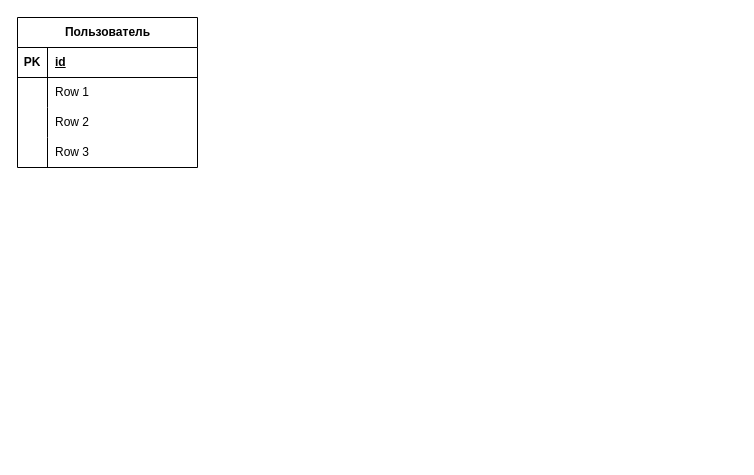
Above: CoffeeGo.drawio in B4N4N41C/CoffeeGo (draw.io), before the change. Source tidied: cells renumbered, new cells numbered last; positions are measured from the earlier drawing's top-left corner, leaving out a move shared by most shapes. Both pictures are drawn from the tidied source at 100%, with x=0, y=0 at pixel (17, 17).
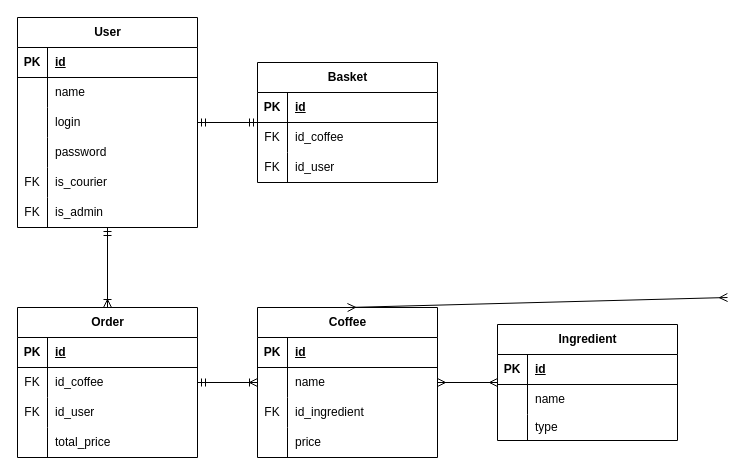
The same diagram, later.

Unchanged cells that the change refers to:
```xml
<mxCell id="6" style="shape=tableRow;horizontal=0;startSize=0;swimlaneHead=0;swimlaneBody=0;fillColor=none;top=0;left=0;right=0;bottom=0;" parent="2" vertex="1">
  <mxGeometry y="60" width="180" height="30" as="geometry" />
</mxCell>
<mxCell id="9" style="shape=tableRow;horizontal=0;startSize=0;swimlaneHead=0;swimlaneBody=0;fillColor=none;top=0;left=0;right=0;bottom=0;" parent="2" vertex="1">
  <mxGeometry y="90" width="180" height="30" as="geometry" />
</mxCell>
<mxCell id="12" style="shape=tableRow;horizontal=0;startSize=0;swimlaneHead=0;swimlaneBody=0;fillColor=none;top=0;left=0;right=0;bottom=0;" parent="2" vertex="1">
  <mxGeometry y="120" width="180" height="30" as="geometry" />
</mxCell>
```

Change to the diagram source:
```diff
@@
-    <mxCell id="2" value="Пользователь" style="shape=table;startSize=30;childLayout=tableLayout;rowLines=0;fontStyle=1;align=center;html=1;" parent="1" vertex="1">
-      <mxGeometry width="180" height="150" as="geometry" />
+    <mxCell id="2" value="User" style="shape=table;startSize=30;childLayout=tableLayout;rowLines=0;fontStyle=1;align=center;html=1;" parent="1" vertex="1">
+      <mxGeometry width="180" height="210" as="geometry" />
     </mxCell>
@@
-    <mxCell id="8" value="Row 1" style="shape=partialRectangle;fillColor=none;top=0;left=0;bottom=0;right=0;align=left;spacingLeft=6;overflow=hidden;whiteSpace=wrap;html=1;" parent="6" vertex="1">
+    <mxCell id="8" value="name" style="shape=partialRectangle;fillColor=none;top=0;left=0;bottom=0;right=0;align=left;spacingLeft=6;overflow=hidden;whiteSpace=wrap;html=1;" parent="6" vertex="1">
       <mxGeometry x="30" width="150" height="30" as="geometry" />
     </mxCell>
@@
-    <mxCell id="11" value="Row 2" style="shape=partialRectangle;fillColor=none;top=0;left=0;bottom=0;right=0;align=left;spacingLeft=6;overflow=hidden;whiteSpace=wrap;html=1;" parent="9" vertex="1">
+    <mxCell id="11" value="login" style="shape=partialRectangle;fillColor=none;top=0;left=0;bottom=0;right=0;align=left;spacingLeft=6;overflow=hidden;whiteSpace=wrap;html=1;" parent="9" vertex="1">
       <mxGeometry x="30" width="150" height="30" as="geometry" />
     </mxCell>
@@
-    <mxCell id="14" value="Row 3" style="shape=partialRectangle;fillColor=none;top=0;left=0;bottom=0;right=0;align=left;spacingLeft=6;overflow=hidden;whiteSpace=wrap;html=1;" parent="12" vertex="1">
+    <mxCell id="14" value="password" style="shape=partialRectangle;fillColor=none;top=0;left=0;bottom=0;right=0;align=left;spacingLeft=6;overflow=hidden;whiteSpace=wrap;html=1;" parent="12" vertex="1">
       <mxGeometry x="30" width="150" height="30" as="geometry" />
     </mxCell>
+    <mxCell id="15" style="shape=tableRow;horizontal=0;startSize=0;swimlaneHead=0;swimlaneBody=0;fillColor=none;top=0;left=0;right=0;bottom=0;" parent="2" vertex="1">
+      <mxGeometry y="150" width="180" height="30" as="geometry" />
+    </mxCell>
+    <mxCell id="16" value="FK" style="shape=partialRectangle;fillColor=none;top=0;left=0;bottom=0;right=0;overflow=hidden;whiteSpace=wrap;html=1;" parent="15" vertex="1">
+      <mxGeometry width="30" height="30" as="geometry" />
+    </mxCell>
+    <mxCell id="17" value="is_courier" style="shape=partialRectangle;fillColor=none;top=0;left=0;bottom=0;right=0;align=left;spacingLeft=6;overflow=hidden;whiteSpace=wrap;html=1;" parent="15" vertex="1">
+      <mxGeometry x="30" width="150" height="30" as="geometry" />
+    </mxCell>
+    <mxCell id="18" style="shape=tableRow;horizontal=0;startSize=0;swimlaneHead=0;swimlaneBody=0;fillColor=none;top=0;left=0;right=0;bottom=0;" parent="2" vertex="1">
+      <mxGeometry y="180" width="180" height="30" as="geometry" />
+    </mxCell>
+    <mxCell id="19" value="FK" style="shape=partialRectangle;fillColor=none;top=0;left=0;bottom=0;right=0;overflow=hidden;whiteSpace=wrap;html=1;" parent="18" vertex="1">
+      <mxGeometry width="30" height="30" as="geometry" />
+    </mxCell>
+    <mxCell id="20" value="is_admin" style="shape=partialRectangle;fillColor=none;top=0;left=0;bottom=0;right=0;align=left;spacingLeft=6;overflow=hidden;whiteSpace=wrap;html=1;" parent="18" vertex="1">
+      <mxGeometry x="30" width="150" height="30" as="geometry" />
+    </mxCell>
+    <mxCell id="21" value="Order" style="shape=table;startSize=30;childLayout=tableLayout;rowLines=0;fontStyle=1;align=center;html=1;" parent="1" vertex="1">
+      <mxGeometry y="290" width="180" height="150" as="geometry" />
+    </mxCell>
+    <mxCell id="22" style="shape=tableRow;horizontal=0;startSize=0;swimlaneHead=0;swimlaneBody=0;fillColor=none;top=0;left=0;right=0;bottom=1;" parent="21" vertex="1">
+      <mxGeometry y="30" width="180" height="30" as="geometry" />
+    </mxCell>
+    <mxCell id="23" value="PK" style="shape=partialRectangle;fillColor=none;top=0;left=0;bottom=0;right=0;fontStyle=1;overflow=hidden;whiteSpace=wrap;html=1;" parent="22" vertex="1">
+      <mxGeometry width="30" height="30" as="geometry" />
+    </mxCell>
+    <mxCell id="24" value="id" style="shape=partialRectangle;fillColor=none;top=0;left=0;bottom=0;right=0;align=left;spacingLeft=6;fontStyle=5;overflow=hidden;whiteSpace=wrap;html=1;" parent="22" vertex="1">
+      <mxGeometry x="30" width="150" height="30" as="geometry" />
+    </mxCell>
+    <mxCell id="25" style="shape=tableRow;horizontal=0;startSize=0;swimlaneHead=0;swimlaneBody=0;fillColor=none;top=0;left=0;right=0;bottom=0;" parent="21" vertex="1">
+      <mxGeometry y="60" width="180" height="30" as="geometry" />
+    </mxCell>
+    <mxCell id="26" value="FK" style="shape=partialRectangle;fillColor=none;top=0;left=0;bottom=0;right=0;overflow=hidden;whiteSpace=wrap;html=1;" parent="25" vertex="1">
+      <mxGeometry width="30" height="30" as="geometry" />
+    </mxCell>
+    <mxCell id="27" value="id_coffee" style="shape=partialRectangle;fillColor=none;top=0;left=0;bottom=0;right=0;align=left;spacingLeft=6;overflow=hidden;whiteSpace=wrap;html=1;" parent="25" vertex="1">
+      <mxGeometry x="30" width="150" height="30" as="geometry" />
+    </mxCell>
+    <mxCell id="28" style="shape=tableRow;horizontal=0;startSize=0;swimlaneHead=0;swimlaneBody=0;fillColor=none;top=0;left=0;right=0;bottom=0;" parent="21" vertex="1">
+      <mxGeometry y="90" width="180" height="30" as="geometry" />
+    </mxCell>
+    <mxCell id="29" value="FK" style="shape=partialRectangle;fillColor=none;top=0;left=0;bottom=0;right=0;overflow=hidden;whiteSpace=wrap;html=1;" parent="28" vertex="1">
+      <mxGeometry width="30" height="30" as="geometry" />
+    </mxCell>
+    <mxCell id="30" value="id_user" style="shape=partialRectangle;fillColor=none;top=0;left=0;bottom=0;right=0;align=left;spacingLeft=6;overflow=hidden;whiteSpace=wrap;html=1;" parent="28" vertex="1">
+      <mxGeometry x="30" width="150" height="30" as="geometry" />
+    </mxCell>
+    <mxCell id="31" style="shape=tableRow;horizontal=0;startSize=0;swimlaneHead=0;swimlaneBody=0;fillColor=none;top=0;left=0;right=0;bottom=0;" parent="21" vertex="1">
+      <mxGeometry y="120" width="180" height="30" as="geometry" />
+    </mxCell>
+    <mxCell id="32" style="shape=partialRectangle;fillColor=none;top=0;left=0;bottom=0;right=0;overflow=hidden;whiteSpace=wrap;html=1;" parent="31" vertex="1">
+      <mxGeometry width="30" height="30" as="geometry" />
+    </mxCell>
+    <mxCell id="33" value="total_price" style="shape=partialRectangle;fillColor=none;top=0;left=0;bottom=0;right=0;align=left;spacingLeft=6;overflow=hidden;whiteSpace=wrap;html=1;" parent="31" vertex="1">
+      <mxGeometry x="30" width="150" height="30" as="geometry" />
+    </mxCell>
+    <mxCell id="34" value="Ingredient" style="shape=table;startSize=30;childLayout=tableLayout;rowLines=0;fontStyle=1;align=center;html=1;" parent="1" vertex="1">
+      <mxGeometry x="480" y="307" width="180" height="116" as="geometry" />
+    </mxCell>
+    <mxCell id="35" style="shape=tableRow;horizontal=0;startSize=0;swimlaneHead=0;swimlaneBody=0;fillColor=none;top=0;left=0;right=0;bottom=1;" parent="34" vertex="1">
+      <mxGeometry y="30" width="180" height="30" as="geometry" />
+    </mxCell>
+    <mxCell id="36" value="PK" style="shape=partialRectangle;fillColor=none;top=0;left=0;bottom=0;right=0;fontStyle=1;overflow=hidden;whiteSpace=wrap;html=1;" parent="35" vertex="1">
+      <mxGeometry width="30" height="30" as="geometry" />
+    </mxCell>
+    <mxCell id="37" value="id" style="shape=partialRectangle;fillColor=none;top=0;left=0;bottom=0;right=0;align=left;spacingLeft=6;fontStyle=5;overflow=hidden;whiteSpace=wrap;html=1;" parent="35" vertex="1">
+      <mxGeometry x="30" width="150" height="30" as="geometry" />
+    </mxCell>
+    <mxCell id="38" style="shape=tableRow;horizontal=0;startSize=0;swimlaneHead=0;swimlaneBody=0;fillColor=none;top=0;left=0;right=0;bottom=0;" parent="34" vertex="1">
+      <mxGeometry y="60" width="180" height="30" as="geometry" />
+    </mxCell>
+    <mxCell id="39" style="shape=partialRectangle;fillColor=none;top=0;left=0;bottom=0;right=0;overflow=hidden;whiteSpace=wrap;html=1;" parent="38" vertex="1">
+      <mxGeometry width="30" height="30" as="geometry" />
+    </mxCell>
+    <mxCell id="40" value="name" style="shape=partialRectangle;fillColor=none;top=0;left=0;bottom=0;right=0;align=left;spacingLeft=6;overflow=hidden;whiteSpace=wrap;html=1;" parent="38" vertex="1">
+      <mxGeometry x="30" width="150" height="30" as="geometry" />
+    </mxCell>
+    <mxCell id="41" style="shape=tableRow;horizontal=0;startSize=0;swimlaneHead=0;swimlaneBody=0;fillColor=none;top=0;left=0;right=0;bottom=0;" parent="34" vertex="1">
+      <mxGeometry y="90" width="180" height="26" as="geometry" />
+    </mxCell>
+    <mxCell id="42" style="shape=partialRectangle;fillColor=none;top=0;left=0;bottom=0;right=0;overflow=hidden;whiteSpace=wrap;html=1;" parent="41" vertex="1">
+      <mxGeometry width="30" height="26" as="geometry" />
+    </mxCell>
+    <mxCell id="43" value="type" style="shape=partialRectangle;fillColor=none;top=0;left=0;bottom=0;right=0;align=left;spacingLeft=6;overflow=hidden;whiteSpace=wrap;html=1;" parent="41" vertex="1">
+      <mxGeometry x="30" width="150" height="26" as="geometry" />
+    </mxCell>
+    <mxCell id="44" value="Coffee" style="shape=table;startSize=30;childLayout=tableLayout;rowLines=0;fontStyle=1;align=center;html=1;" parent="1" vertex="1">
+      <mxGeometry x="240" y="290" width="180" height="150" as="geometry" />
+    </mxCell>
+    <mxCell id="45" style="shape=tableRow;horizontal=0;startSize=0;swimlaneHead=0;swimlaneBody=0;fillColor=none;top=0;left=0;right=0;bottom=1;" parent="44" vertex="1">
+      <mxGeometry y="30" width="180" height="30" as="geometry" />
+    </mxCell>
+    <mxCell id="46" value="PK" style="shape=partialRectangle;fillColor=none;top=0;left=0;bottom=0;right=0;fontStyle=1;overflow=hidden;whiteSpace=wrap;html=1;" parent="45" vertex="1">
+      <mxGeometry width="30" height="30" as="geometry" />
+    </mxCell>
+    <mxCell id="47" value="id" style="shape=partialRectangle;fillColor=none;top=0;left=0;bottom=0;right=0;align=left;spacingLeft=6;fontStyle=5;overflow=hidden;whiteSpace=wrap;html=1;" parent="45" vertex="1">
+      <mxGeometry x="30" width="150" height="30" as="geometry" />
+    </mxCell>
+    <mxCell id="48" style="shape=tableRow;horizontal=0;startSize=0;swimlaneHead=0;swimlaneBody=0;fillColor=none;top=0;left=0;right=0;bottom=0;" parent="44" vertex="1">
+      <mxGeometry y="60" width="180" height="30" as="geometry" />
+    </mxCell>
+    <mxCell id="49" style="shape=partialRectangle;fillColor=none;top=0;left=0;bottom=0;right=0;overflow=hidden;whiteSpace=wrap;html=1;" parent="48" vertex="1">
+      <mxGeometry width="30" height="30" as="geometry" />
+    </mxCell>
+    <mxCell id="50" value="name" style="shape=partialRectangle;fillColor=none;top=0;left=0;bottom=0;right=0;align=left;spacingLeft=6;overflow=hidden;whiteSpace=wrap;html=1;" parent="48" vertex="1">
+      <mxGeometry x="30" width="150" height="30" as="geometry" />
+    </mxCell>
+    <mxCell id="51" style="shape=tableRow;horizontal=0;startSize=0;swimlaneHead=0;swimlaneBody=0;fillColor=none;top=0;left=0;right=0;bottom=0;" parent="44" vertex="1">
+      <mxGeometry y="90" width="180" height="30" as="geometry" />
+    </mxCell>
+    <mxCell id="52" value="FK" style="shape=partialRectangle;fillColor=none;top=0;left=0;bottom=0;right=0;overflow=hidden;whiteSpace=wrap;html=1;" parent="51" vertex="1">
+      <mxGeometry width="30" height="30" as="geometry" />
+    </mxCell>
+    <mxCell id="53" value="id_ingredient" style="shape=partialRectangle;fillColor=none;top=0;left=0;bottom=0;right=0;align=left;spacingLeft=6;overflow=hidden;whiteSpace=wrap;html=1;" parent="51" vertex="1">
+      <mxGeometry x="30" width="150" height="30" as="geometry" />
+    </mxCell>
+    <mxCell id="54" style="shape=tableRow;horizontal=0;startSize=0;swimlaneHead=0;swimlaneBody=0;fillColor=none;top=0;left=0;right=0;bottom=0;" parent="44" vertex="1">
+      <mxGeometry y="120" width="180" height="30" as="geometry" />
+    </mxCell>
+    <mxCell id="55" style="shape=partialRectangle;fillColor=none;top=0;left=0;bottom=0;right=0;overflow=hidden;whiteSpace=wrap;html=1;" parent="54" vertex="1">
+      <mxGeometry width="30" height="30" as="geometry" />
+    </mxCell>
+    <mxCell id="56" value="price" style="shape=partialRectangle;fillColor=none;top=0;left=0;bottom=0;right=0;align=left;spacingLeft=6;overflow=hidden;whiteSpace=wrap;html=1;" parent="54" vertex="1">
+      <mxGeometry x="30" width="150" height="30" as="geometry" />
+    </mxCell>
+    <mxCell id="57" style="fontSize=12;html=1;endArrow=ERmany;startArrow=ERmany;rounded=0;jumpStyle=none;flowAnimation=0;shadow=0;" parent="1" edge="1">
+      <mxGeometry relative="1" as="geometry">
+        <mxPoint x="330" y="290" as="sourcePoint" />
+        <mxPoint x="710" y="280" as="targetPoint" />
+      </mxGeometry>
+    </mxCell>
+    <mxCell id="58" style="fontSize=12;html=1;endArrow=ERoneToMany;startArrow=ERmandOne;rounded=0;" parent="1" edge="1" source="21" target="44">
+      <mxGeometry relative="1" as="geometry" />
+    </mxCell>
+    <mxCell id="59" style="fontSize=12;html=1;endArrow=ERoneToMany;startArrow=ERmandOne;rounded=0;" parent="1" edge="1" source="2" target="21">
+      <mxGeometry relative="1" as="geometry" />
+    </mxCell>
+    <mxCell id="60" style="fontSize=12;html=1;endArrow=ERmany;startArrow=ERmany;rounded=0;" parent="1" edge="1" source="44" target="34">
+      <mxGeometry relative="1" as="geometry" />
+    </mxCell>
+    <mxCell id="61" value="Basket" style="shape=table;startSize=30;childLayout=tableLayout;rowLines=0;fontStyle=1;align=center;html=1;" parent="1" vertex="1">
+      <mxGeometry x="240" y="45" width="180" height="120" as="geometry" />
+    </mxCell>
+    <mxCell id="62" style="shape=tableRow;horizontal=0;startSize=0;swimlaneHead=0;swimlaneBody=0;fillColor=none;top=0;left=0;right=0;bottom=1;" parent="61" vertex="1">
+      <mxGeometry y="30" width="180" height="30" as="geometry" />
+    </mxCell>
+    <mxCell id="63" value="PK" style="shape=partialRectangle;fillColor=none;top=0;left=0;bottom=0;right=0;fontStyle=1;overflow=hidden;whiteSpace=wrap;html=1;" parent="62" vertex="1">
+      <mxGeometry width="30" height="30" as="geometry" />
+    </mxCell>
+    <mxCell id="64" value="id" style="shape=partialRectangle;fillColor=none;top=0;left=0;bottom=0;right=0;align=left;spacingLeft=6;fontStyle=5;overflow=hidden;whiteSpace=wrap;html=1;" parent="62" vertex="1">
+      <mxGeometry x="30" width="150" height="30" as="geometry" />
+    </mxCell>
+    <mxCell id="65" style="shape=tableRow;horizontal=0;startSize=0;swimlaneHead=0;swimlaneBody=0;fillColor=none;top=0;left=0;right=0;bottom=0;" parent="61" vertex="1">
+      <mxGeometry y="60" width="180" height="30" as="geometry" />
+    </mxCell>
+    <mxCell id="66" value="FK" style="shape=partialRectangle;fillColor=none;top=0;left=0;bottom=0;right=0;overflow=hidden;whiteSpace=wrap;html=1;" parent="65" vertex="1">
+      <mxGeometry width="30" height="30" as="geometry" />
+    </mxCell>
+    <mxCell id="67" value="id_coffee" style="shape=partialRectangle;fillColor=none;top=0;left=0;bottom=0;right=0;align=left;spacingLeft=6;overflow=hidden;whiteSpace=wrap;html=1;" parent="65" vertex="1">
+      <mxGeometry x="30" width="150" height="30" as="geometry" />
+    </mxCell>
+    <mxCell id="68" style="shape=tableRow;horizontal=0;startSize=0;swimlaneHead=0;swimlaneBody=0;fillColor=none;top=0;left=0;right=0;bottom=0;" parent="61" vertex="1">
+      <mxGeometry y="90" width="180" height="30" as="geometry" />
+    </mxCell>
+    <mxCell id="69" value="FK" style="shape=partialRectangle;fillColor=none;top=0;left=0;bottom=0;right=0;overflow=hidden;whiteSpace=wrap;html=1;" parent="68" vertex="1">
+      <mxGeometry width="30" height="30" as="geometry" />
+    </mxCell>
+    <mxCell id="70" value="id_user" style="shape=partialRectangle;fillColor=none;top=0;left=0;bottom=0;right=0;align=left;spacingLeft=6;overflow=hidden;whiteSpace=wrap;html=1;" parent="68" vertex="1">
+      <mxGeometry x="30" width="150" height="30" as="geometry" />
+    </mxCell>
+    <mxCell id="71" style="edgeStyle=none;rounded=0;orthogonalLoop=1;jettySize=auto;html=1;exitX=0.75;exitY=0;exitDx=0;exitDy=0;" parent="1" edge="1" source="34" target="34">
+      <mxGeometry relative="1" as="geometry" />
+    </mxCell>
+    <mxCell id="72" style="fontSize=12;html=1;endArrow=ERmandOne;startArrow=ERmandOne;rounded=0;" parent="1" edge="1" source="2" target="61">
+      <mxGeometry relative="1" as="geometry" />
+    </mxCell>
```
